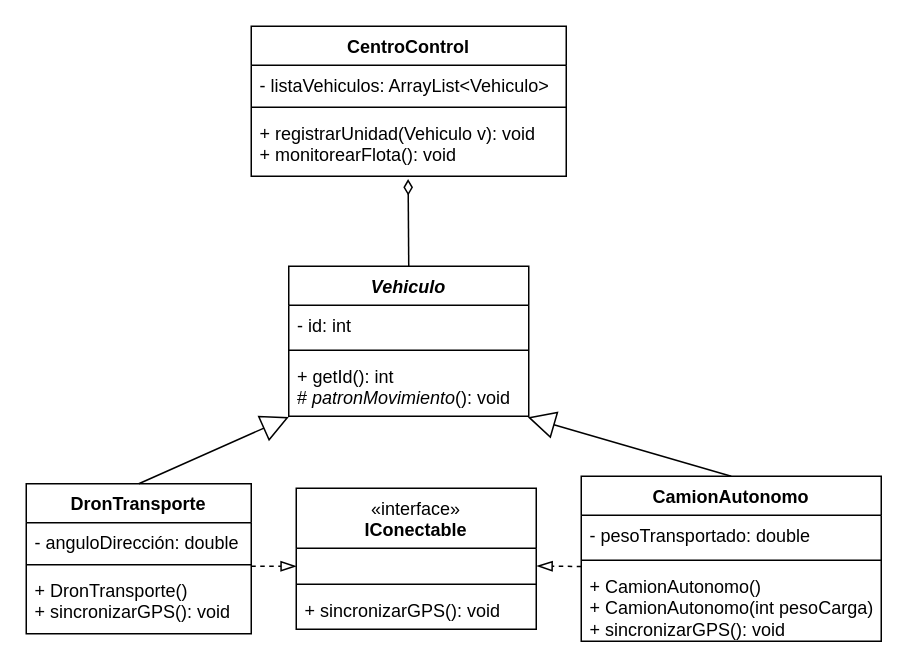
Before: docs/SmartLogistics_System_UML.drawio in Snti720/SmartLogistics-System, a draw.io diagram. Source tidied: cells renumbered, new cells numbered last; positions are measured from the earlier drawing's top-left corner, leaving out a move shared by most shapes. Both pictures are drawn from the tidied source at 150%, with x=0, y=0 at pixel (26, 26).
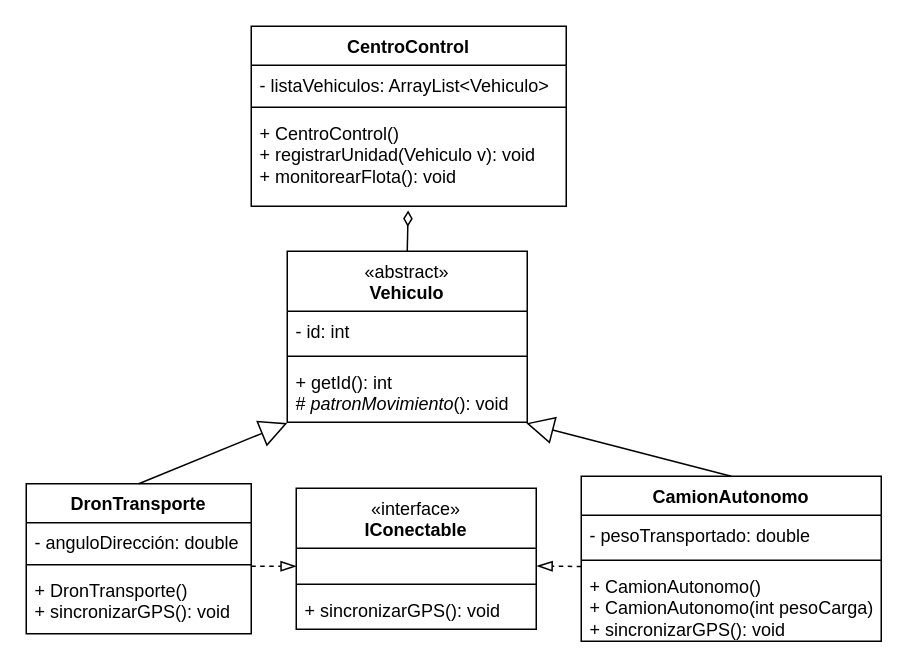
The same diagram, later.

Diff of the diagram source:
```diff
@@
-    <mxCell id="2" value="&lt;i style=&quot;&quot;&gt;Vehiculo&lt;/i&gt;" style="swimlane;fontStyle=1;align=center;verticalAlign=top;horizontal=1;startSize=26;whiteSpace=wrap;html=1;" parent="1" vertex="1">
-      <mxGeometry x="175" y="160" width="160" height="100" as="geometry" />
+    <mxCell id="2" value="&lt;div&gt;&lt;span style=&quot;font-weight: 400;&quot;&gt;«abstract»&lt;/span&gt;&lt;br style=&quot;font-weight: 400;&quot;&gt;&lt;/div&gt;Vehiculo" style="swimlane;fontStyle=1;align=center;verticalAlign=top;horizontal=1;startSize=40;whiteSpace=wrap;html=1;" parent="1" vertex="1">
+      <mxGeometry x="174" y="150" width="160" height="114" as="geometry" />
     </mxCell>
     <mxCell id="3" value="- id: int" style="text;strokeColor=none;fillColor=none;align=left;verticalAlign=top;spacingLeft=4;spacingRight=4;overflow=hidden;whiteSpace=wrap;html=1;" parent="2" vertex="1">
-      <mxGeometry y="26" width="160" height="26" as="geometry" />
+      <mxGeometry y="40" width="160" height="26" as="geometry" />
     </mxCell>
     <mxCell id="4" style="line;strokeWidth=1;fillColor=none;align=left;verticalAlign=middle;spacingTop=-1;spacingLeft=3;spacingRight=3;labelPosition=right;strokeColor=inherit;" parent="2" vertex="1">
-      <mxGeometry y="52" width="160" height="8" as="geometry" />
+      <mxGeometry y="66" width="160" height="8" as="geometry" />
     </mxCell>
     <mxCell id="5" value="+ getId(): int&lt;div&gt;# &lt;i&gt;patronMovimiento&lt;/i&gt;(): void&lt;/div&gt;" style="text;strokeColor=none;fillColor=none;align=left;verticalAlign=top;spacingLeft=4;spacingRight=4;overflow=hidden;points=[[0,0.5],[1,0.5]];portConstraint=eastwest;whiteSpace=wrap;html=1;" parent="2" vertex="1">
-      <mxGeometry y="60" width="160" height="40" as="geometry" />
+      <mxGeometry y="74" width="160" height="40" as="geometry" />
     </mxCell>
@@
     <mxCell id="15" value="CentroControl" style="swimlane;fontStyle=1;align=center;verticalAlign=top;horizontal=1;startSize=26;whiteSpace=wrap;html=1;" parent="1" vertex="1">
-      <mxGeometry x="150" width="210" height="100" as="geometry" />
+      <mxGeometry x="150" width="210" height="120" as="geometry" />
     </mxCell>
@@
-    <mxCell id="18" value="+ registrarUnidad(Vehiculo v): void&lt;div&gt;+ monitorearFlota(): void&lt;/div&gt;" style="text;strokeColor=none;fillColor=none;align=left;verticalAlign=top;spacingLeft=4;spacingRight=4;overflow=hidden;points=[[0,0.5],[1,0.5]];portConstraint=eastwest;whiteSpace=wrap;html=1;" parent="15" vertex="1">
-      <mxGeometry y="58" width="210" height="42" as="geometry" />
+    <mxCell id="18" value="&lt;div&gt;+ CentroControl()&lt;/div&gt;+ registrarUnidad(Vehiculo v): void&lt;div&gt;+ monitorearFlota(): void&lt;/div&gt;" style="text;strokeColor=none;fillColor=none;align=left;verticalAlign=top;spacingLeft=4;spacingRight=4;overflow=hidden;points=[[0,0.5],[1,0.5]];portConstraint=eastwest;whiteSpace=wrap;html=1;" parent="15" vertex="1">
+      <mxGeometry y="58" width="210" height="62" as="geometry" />
     </mxCell>
```
